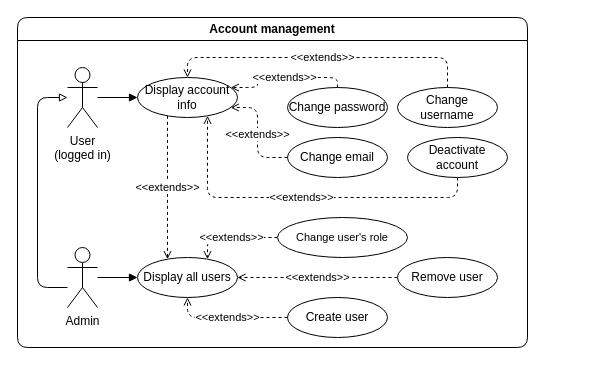
Before: page "UC - Account management" (3 of 6) of diagrams.drawio in KrazyManJ/jolt, a draw.io diagram. Source tidied: cells renumbered, new cells numbered last; positions are measured from the earlier drawing's top-left corner, leaving out a move shared by most shapes. Both pictures are drawn from the tidied source at 100%, with x=0, y=0 at pixel (17, 17).
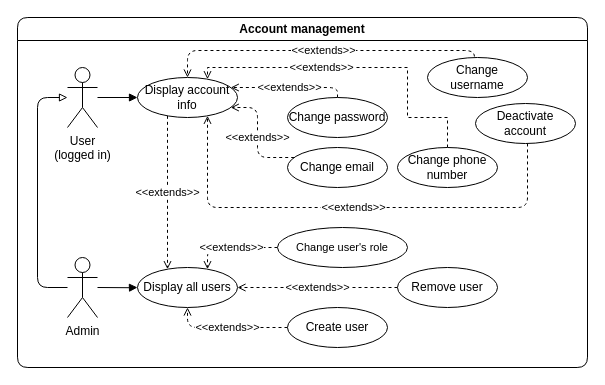
After the change.

Unchanged cells that the change refers to:
```xml
<mxCell id="24" value="Display account info" style="ellipse;whiteSpace=wrap;html=1;" parent="2" vertex="1">
  <mxGeometry x="120" y="60" width="100" height="40" as="geometry" />
</mxCell>
```

Change to the diagram source:
```diff
@@
     <mxCell id="2" value="Account management" style="swimlane;whiteSpace=wrap;html=1;strokeWidth=1;rounded=1;" parent="1" vertex="1">
-      <mxGeometry width="510" height="330" as="geometry" />
+      <mxGeometry width="570" height="350" as="geometry" />
     </mxCell>
@@
     <mxCell id="5" value="&amp;lt;&amp;lt;extends&amp;gt;&amp;gt;" style="edgeStyle=orthogonalEdgeStyle;rounded=1;jumpStyle=gap;jumpSize=10;jettySize=auto;html=1;dashed=1;fontSize=11;endArrow=open;endFill=0;" parent="2" edge="1" source="6" target="7">
       <mxGeometry relative="1" as="geometry">
         <Array as="points">
-          <mxPoint x="190" y="220" />
+          <mxPoint x="190" y="230" />
         </Array>
       </mxGeometry>
     </mxCell>
     <mxCell id="6" value="Change user's role" style="ellipse;whiteSpace=wrap;html=1;fontSize=11;" parent="2" vertex="1">
-      <mxGeometry x="260" y="200" width="130" height="40" as="geometry" />
+      <mxGeometry x="260" y="210" width="130" height="40" as="geometry" />
     </mxCell>
     <mxCell id="7" value="Display all users" style="ellipse;whiteSpace=wrap;html=1;" parent="2" vertex="1">
-      <mxGeometry x="120" y="240" width="100" height="40" as="geometry" />
+      <mxGeometry x="120" y="250" width="100" height="40" as="geometry" />
     </mxCell>
@@
-    <mxCell id="9" style="edgeStyle=orthogonalEdgeStyle;rounded=1;jumpStyle=gap;jumpSize=10;jettySize=auto;html=1;fontSize=11;endArrow=block;endFill=1;" parent="2" edge="1" source="10" target="7">
-      <mxGeometry relative="1" as="geometry" />
+    <mxCell id="9" style="edgeStyle=orthogonalEdgeStyle;rounded=1;jumpStyle=gap;jumpSize=10;jettySize=auto;html=1;fontSize=11;endArrow=block;endFill=1;" parent="2" edge="1" target="7">
+      <mxGeometry relative="1" as="geometry">
+        <mxPoint x="80" y="270" as="sourcePoint" />
+      </mxGeometry>
     </mxCell>
     <mxCell id="10" value="Admin" style="shape=umlActor;verticalLabelPosition=bottom;verticalAlign=top;html=1;outlineConnect=0;" parent="2" vertex="1">
-      <mxGeometry x="50" y="230" width="30" height="60" as="geometry" />
+      <mxGeometry x="50" y="240" width="30" height="60" as="geometry" />
     </mxCell>
     <mxCell id="11" value="&amp;lt;&amp;lt;extends&amp;gt;&amp;gt;" style="edgeStyle=orthogonalEdgeStyle;rounded=1;jumpStyle=gap;jumpSize=10;jettySize=auto;html=1;dashed=1;fontSize=11;endArrow=open;endFill=0;" parent="2" edge="1" source="12" target="24">
       <mxGeometry relative="1" as="geometry">
         <Array as="points">
-          <mxPoint x="320" y="60" />
-          <mxPoint x="240" y="60" />
-          <mxPoint x="240" y="70" />
+          <mxPoint x="320" y="70" />
         </Array>
       </mxGeometry>
     </mxCell>
     <mxCell id="12" value="Change password" style="ellipse;whiteSpace=wrap;html=1;" parent="2" vertex="1">
-      <mxGeometry x="270" y="70" width="100" height="40" as="geometry" />
+      <mxGeometry x="270" y="80" width="100" height="40" as="geometry" />
     </mxCell>
-    <mxCell id="13" value="&amp;lt;&amp;lt;extends&amp;gt;&amp;gt;" style="edgeStyle=orthogonalEdgeStyle;rounded=1;jumpStyle=gap;jumpSize=10;jettySize=auto;html=1;fontSize=11;endArrow=open;endFill=0;dashed=1;" parent="2" edge="1" source="14" target="24">
+    <mxCell id="13" value="&amp;lt;&amp;lt;extends&amp;gt;&amp;gt;" style="edgeStyle=orthogonalEdgeStyle;rounded=1;jumpStyle=gap;jumpSize=10;jettySize=auto;html=1;fontSize=11;endArrow=open;endFill=0;dashed=1;entryX=0.5;entryY=0;entryDx=0;entryDy=0;" parent="2" edge="1" target="24">
       <mxGeometry relative="1" as="geometry">
+        <mxPoint x="456.9" y="45" as="sourcePoint" />
         <Array as="points">
-          <mxPoint x="430" y="40" />
-          <mxPoint x="170" y="40" />
+          <mxPoint x="457" y="33" />
+          <mxPoint x="170" y="33" />
         </Array>
       </mxGeometry>
     </mxCell>
     <mxCell id="14" value="Change username" style="ellipse;whiteSpace=wrap;html=1;" parent="2" vertex="1">
-      <mxGeometry x="380" y="70" width="100" height="40" as="geometry" />
+      <mxGeometry x="410" y="40" width="100" height="40" as="geometry" />
     </mxCell>
@@
     <mxCell id="16" value="Change email" style="ellipse;whiteSpace=wrap;html=1;" parent="2" vertex="1">
-      <mxGeometry x="270" y="120" width="100" height="40" as="geometry" />
+      <mxGeometry x="270" y="130" width="100" height="40" as="geometry" />
     </mxCell>
     <mxCell id="17" value="&amp;lt;&amp;lt;extends&amp;gt;&amp;gt;" style="edgeStyle=orthogonalEdgeStyle;rounded=1;jumpStyle=gap;jumpSize=10;jettySize=auto;html=1;fontSize=11;endArrow=open;endFill=0;dashed=1;" parent="2" edge="1" source="18" target="24">
       <mxGeometry relative="1" as="geometry">
         <Array as="points">
-          <mxPoint x="440" y="180" />
-          <mxPoint x="190" y="180" />
+          <mxPoint x="510" y="190" />
+          <mxPoint x="190" y="190" />
         </Array>
       </mxGeometry>
     </mxCell>
     <mxCell id="18" value="Deactivate account" style="ellipse;whiteSpace=wrap;html=1;" parent="2" vertex="1">
-      <mxGeometry x="390" y="120" width="100" height="40" as="geometry" />
+      <mxGeometry x="458" y="86" width="100" height="40" as="geometry" />
     </mxCell>
     <mxCell id="19" value="&amp;lt;&amp;lt;extends&amp;gt;&amp;gt;" style="edgeStyle=orthogonalEdgeStyle;rounded=1;jumpStyle=gap;jumpSize=10;jettySize=auto;html=1;dashed=1;fontSize=11;endArrow=open;endFill=0;" parent="2" edge="1" source="20" target="7">
       <mxGeometry relative="1" as="geometry">
         <Array as="points">
-          <mxPoint x="170" y="300" />
+          <mxPoint x="170" y="310" />
         </Array>
       </mxGeometry>
     </mxCell>
     <mxCell id="20" value="Create user" style="ellipse;whiteSpace=wrap;html=1;" parent="2" vertex="1">
-      <mxGeometry x="270" y="280" width="100" height="40" as="geometry" />
+      <mxGeometry x="270" y="290" width="100" height="40" as="geometry" />
     </mxCell>
@@
     <mxCell id="22" value="Remove user" style="ellipse;whiteSpace=wrap;html=1;" parent="2" vertex="1">
-      <mxGeometry x="380" y="240" width="100" height="40" as="geometry" />
+      <mxGeometry x="380" y="250" width="100" height="40" as="geometry" />
     </mxCell>
@@
+    <mxCell id="25" style="edgeStyle=orthogonalEdgeStyle;rounded=0;jettySize=auto;html=1;endArrow=open;endFill=0;dashed=1;" parent="2" edge="1" source="27" target="24">
+      <mxGeometry relative="1" as="geometry">
+        <Array as="points">
+          <mxPoint x="430" y="100" />
+          <mxPoint x="390" y="100" />
+          <mxPoint x="390" y="50" />
+          <mxPoint x="190" y="50" />
+        </Array>
+      </mxGeometry>
+    </mxCell>
+    <mxCell id="26" value="&amp;lt;&amp;lt;extends&amp;gt;&amp;gt;" style="edgeLabel;html=1;align=center;verticalAlign=middle;" parent="25" vertex="1">
+      <mxGeometry x="0.25" relative="1" as="geometry">
+        <mxPoint y="-1" as="offset" />
+      </mxGeometry>
+    </mxCell>
+    <mxCell id="27" value="Change phone number" style="ellipse;whiteSpace=wrap;html=1;" parent="2" vertex="1">
+      <mxGeometry x="380" y="130" width="100" height="40" as="geometry" />
+    </mxCell>
```
